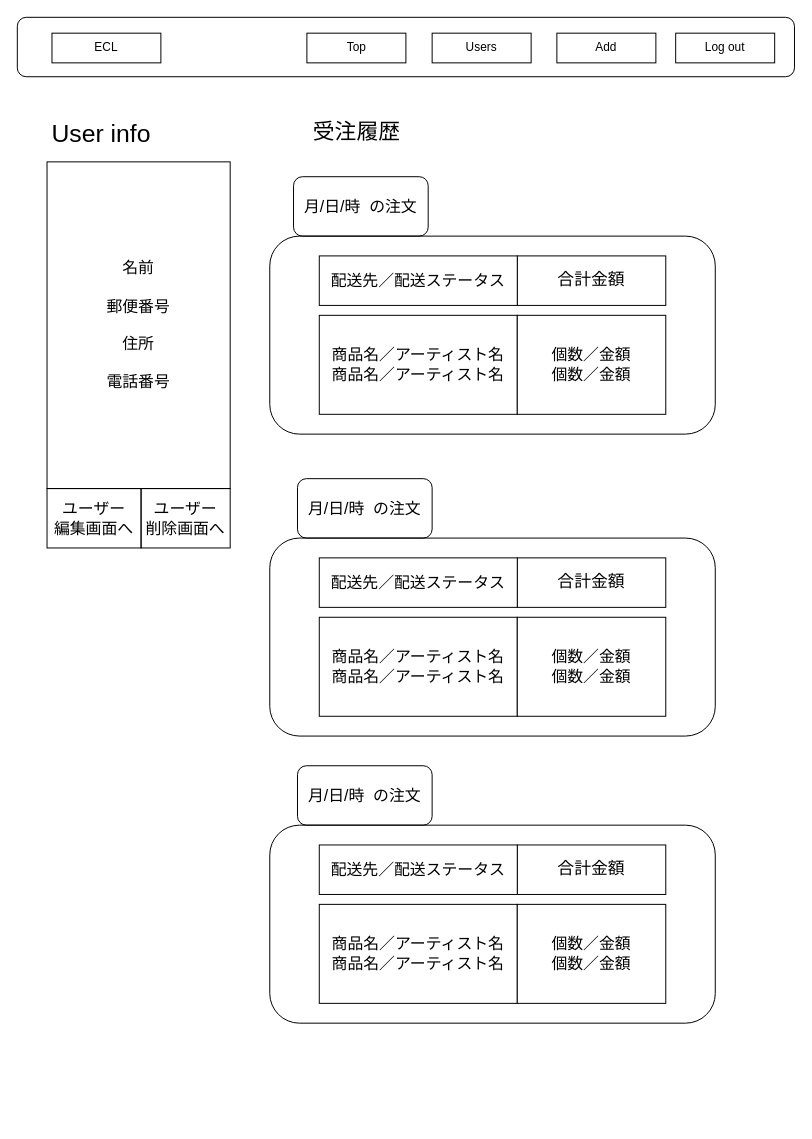
This is ワイヤーフレーム/admin/admin_user_detail.drawio from ecl11/ECL, a draw.io file, before an edit. Source tidied: cells renumbered, new cells numbered last; positions are measured from the earlier drawing's top-left corner, leaving out a move shared by most shapes. Both pictures are drawn from the tidied source at 99%, with x=0, y=0 at pixel (17, 17).
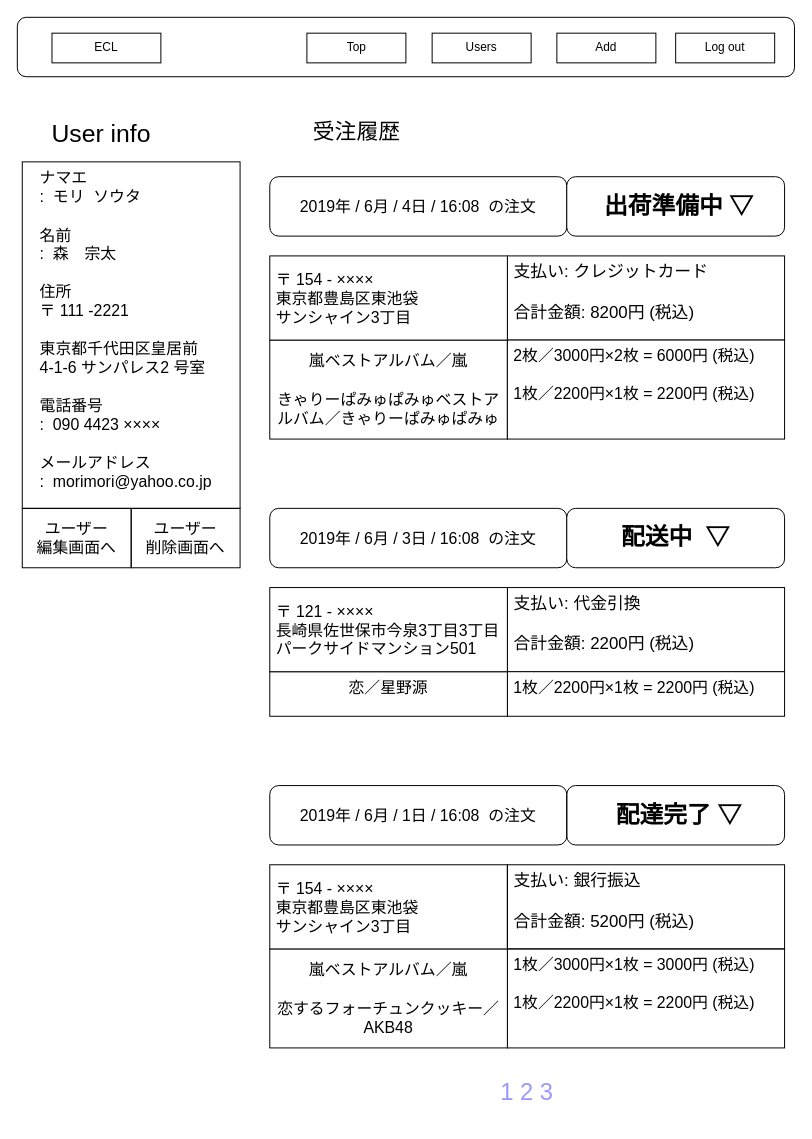
The same diagram, later.

Change to the diagram source:
```diff
@@
-    <mxCell id="9" value="&lt;span style=&quot;font-size: 16px&quot;&gt;名前&lt;br&gt;&lt;br&gt;郵便番号&lt;br&gt;&lt;br&gt;住所&lt;br&gt;&lt;br&gt;電話番号　&lt;br&gt;&lt;/span&gt;" style="rounded=0;whiteSpace=wrap;html=1;strokeColor=#000000;direction=south;fillColor=#ffffff;" parent="1" vertex="1">
-      <mxGeometry x="30" y="146" width="185" height="330" as="geometry" />
+    <mxCell id="9" value="&lt;div style=&quot;text-align: left&quot;&gt;&lt;span style=&quot;font-size: 16px&quot;&gt;　ナマエ&lt;/span&gt;&lt;/div&gt;&lt;div style=&quot;text-align: left&quot;&gt;&lt;span style=&quot;font-size: 16px&quot;&gt;　:&amp;nbsp; モリ&amp;nbsp; ソウタ&lt;/span&gt;&lt;/div&gt;&lt;div style=&quot;text-align: left&quot;&gt;&lt;span style=&quot;font-size: 16px&quot;&gt;&lt;br&gt;&lt;/span&gt;&lt;/div&gt;&lt;div style=&quot;text-align: left&quot;&gt;&lt;span style=&quot;font-size: 16px&quot;&gt;　名前&lt;/span&gt;&lt;/div&gt;&lt;div style=&quot;text-align: left&quot;&gt;&lt;span style=&quot;font-size: 16px&quot;&gt;　:&amp;nbsp; 森　宗太&lt;/span&gt;&lt;/div&gt;&lt;div style=&quot;text-align: left&quot;&gt;&lt;span style=&quot;font-size: 16px&quot;&gt;&lt;br&gt;&lt;/span&gt;&lt;/div&gt;&lt;div style=&quot;text-align: left&quot;&gt;&lt;span style=&quot;font-size: 16px&quot;&gt;　住所&lt;/span&gt;&lt;/div&gt;&lt;div style=&quot;text-align: left&quot;&gt;&lt;span style=&quot;font-size: 16px&quot;&gt;　〒 111 -2221&lt;/span&gt;&lt;/div&gt;&lt;div style=&quot;text-align: left&quot;&gt;&lt;span style=&quot;font-size: 16px&quot;&gt;　&lt;/span&gt;&lt;/div&gt;&lt;div style=&quot;text-align: left&quot;&gt;&lt;span style=&quot;font-size: 16px&quot;&gt;　東京都千代田区皇居前&lt;/span&gt;&lt;/div&gt;&lt;div style=&quot;text-align: left&quot;&gt;&lt;span style=&quot;font-size: 16px&quot;&gt;　4-1-6 サンパレス2 号室&lt;/span&gt;&lt;/div&gt;&lt;div style=&quot;text-align: left&quot;&gt;&lt;span style=&quot;font-size: 16px&quot;&gt;&lt;br&gt;&lt;/span&gt;&lt;/div&gt;&lt;div style=&quot;text-align: left&quot;&gt;&lt;span style=&quot;font-size: 16px&quot;&gt;　電話番号&lt;/span&gt;&lt;/div&gt;&lt;div style=&quot;text-align: left&quot;&gt;&lt;span style=&quot;font-size: 16px&quot;&gt;　:&amp;nbsp; 090 4423 ××××&lt;/span&gt;&lt;/div&gt;&lt;div style=&quot;text-align: left&quot;&gt;&lt;span style=&quot;font-size: 16px&quot;&gt;&lt;br&gt;&lt;/span&gt;&lt;/div&gt;&lt;div style=&quot;text-align: left&quot;&gt;&lt;span style=&quot;font-size: 16px&quot;&gt;　メールアドレス&lt;/span&gt;&lt;/div&gt;&lt;div style=&quot;text-align: left&quot;&gt;&lt;span style=&quot;font-size: 16px&quot;&gt;　:&amp;nbsp; morimori@yahoo.co.jp&lt;/span&gt;&lt;/div&gt;&lt;div style=&quot;text-align: left&quot;&gt;&lt;span style=&quot;font-size: 16px&quot;&gt;&lt;br&gt;&lt;/span&gt;&lt;/div&gt;&lt;div style=&quot;text-align: left&quot;&gt;&lt;span style=&quot;font-size: 16px&quot;&gt;　&lt;/span&gt;&lt;/div&gt;" style="rounded=0;whiteSpace=wrap;html=1;strokeColor=#000000;direction=south;fillColor=#ffffff;align=left;verticalAlign=top;" parent="1" vertex="1">
+      <mxGeometry x="5" y="146" width="220" height="350" as="geometry" />
     </mxCell>
@@
-    <mxCell id="11" style="rounded=1;whiteSpace=wrap;html=1;strokeColor=#000000;fillColor=none;" parent="1" vertex="1">
-      <mxGeometry x="255" y="221" width="450" height="200" as="geometry" />
-    </mxCell>
-    <mxCell id="12" value="商品名／アーティスト名&lt;br&gt;&lt;span&gt;商品名／アーティスト名&lt;/span&gt;" style="rounded=0;whiteSpace=wrap;html=1;strokeColor=#000000;fillColor=#ffffff;fontSize=16;" parent="1" vertex="1">
-      <mxGeometry x="305" y="301" width="200" height="100" as="geometry" />
+    <mxCell id="12" value="嵐ベストアルバム／嵐&lt;br&gt;&lt;span&gt;&lt;br&gt;きゃりーぱみゅぱみゅベストアルバム／きゃりーぱみゅぱみゅ&lt;/span&gt;" style="rounded=0;whiteSpace=wrap;html=1;strokeColor=#000000;fillColor=#ffffff;fontSize=16;" parent="1" vertex="1">
+      <mxGeometry x="255" y="326" width="240" height="100" as="geometry" />
     </mxCell>
-    <mxCell id="13" value="合計金額" style="rounded=0;whiteSpace=wrap;html=1;strokeColor=#000000;fillColor=none;fontSize=17;" parent="1" vertex="1">
-      <mxGeometry x="505" y="241" width="150" height="50" as="geometry" />
+    <mxCell id="13" value="&amp;nbsp;支払い:&amp;nbsp;クレジットカード&lt;br&gt;&lt;br&gt;&amp;nbsp;合計金額: 8200円 (税込)&lt;br&gt;" style="rounded=0;whiteSpace=wrap;html=1;strokeColor=#000000;fillColor=none;fontSize=17;verticalAlign=top;align=left;" parent="1" vertex="1">
+      <mxGeometry x="495" y="241" width="280" height="85" as="geometry" />
     </mxCell>
-    <mxCell id="14" value="個数／金額&lt;br&gt;個数／金額&lt;br&gt;" style="rounded=0;whiteSpace=wrap;html=1;strokeColor=#000000;fillColor=#ffffff;fontSize=16;" parent="1" vertex="1">
-      <mxGeometry x="505" y="301" width="150" height="100" as="geometry" />
+    <mxCell id="14" value="&amp;nbsp;2枚／3000円×2枚 = 6000円 (税込)&lt;br&gt;&lt;br&gt;&amp;nbsp;1枚／2200円×1枚 = 2200円 (税込)&lt;br&gt;" style="rounded=0;whiteSpace=wrap;html=1;strokeColor=#000000;fillColor=#ffffff;fontSize=16;verticalAlign=top;align=left;" parent="1" vertex="1">
+      <mxGeometry x="495" y="326" width="280" height="100" as="geometry" />
     </mxCell>
-    <mxCell id="15" value="配送先／配送ステータス" style="rounded=0;whiteSpace=wrap;html=1;strokeColor=#000000;fillColor=#ffffff;fontSize=16;" parent="1" vertex="1">
-      <mxGeometry x="305" y="241" width="200" height="50" as="geometry" />
+    <mxCell id="15" value="&lt;div style=&quot;text-align: left&quot;&gt;&lt;span&gt;&amp;nbsp;〒 154 - ××××&lt;/span&gt;&lt;/div&gt;&amp;nbsp;東京都豊島区東池袋&lt;br&gt;&amp;nbsp;サンシャイン3丁目&lt;br&gt;" style="rounded=0;whiteSpace=wrap;html=1;strokeColor=#000000;fillColor=#ffffff;fontSize=16;align=left;" parent="1" vertex="1">
+      <mxGeometry x="255" y="241" width="240" height="85" as="geometry" />
     </mxCell>
-    <mxCell id="16" style="rounded=1;whiteSpace=wrap;html=1;strokeColor=#000000;fillColor=none;" parent="1" vertex="1">
-      <mxGeometry x="255" y="526" width="450" height="200" as="geometry" />
-    </mxCell>
-    <mxCell id="17" value="合計金額" style="rounded=0;whiteSpace=wrap;html=1;strokeColor=#000000;fillColor=none;fontSize=17;" parent="1" vertex="1">
-      <mxGeometry x="505" y="546" width="150" height="50" as="geometry" />
-    </mxCell>
-    <mxCell id="18" value="&lt;span&gt;配送先／配送ステータス&lt;/span&gt;" style="rounded=0;whiteSpace=wrap;html=1;strokeColor=#000000;fillColor=#ffffff;fontSize=16;" parent="1" vertex="1">
-      <mxGeometry x="305" y="546" width="200" height="50" as="geometry" />
-    </mxCell>
-    <mxCell id="19" value="商品名／アーティスト名&lt;span&gt;&lt;br&gt;商品名／アーティスト名&lt;/span&gt;" style="rounded=0;whiteSpace=wrap;html=1;strokeColor=#000000;fillColor=#ffffff;fontSize=16;" parent="1" vertex="1">
-      <mxGeometry x="305" y="606" width="200" height="100" as="geometry" />
-    </mxCell>
-    <mxCell id="20" value="個数／金額&lt;br&gt;個数／金額&lt;br&gt;" style="rounded=0;whiteSpace=wrap;html=1;strokeColor=#000000;fillColor=#ffffff;fontSize=16;" parent="1" vertex="1">
-      <mxGeometry x="505" y="606" width="150" height="100" as="geometry" />
-    </mxCell>
-    <mxCell id="21" style="rounded=1;whiteSpace=wrap;html=1;strokeColor=#000000;fillColor=none;" parent="1" vertex="1">
-      <mxGeometry x="255" y="816" width="450" height="200" as="geometry" />
-    </mxCell>
-    <mxCell id="22" value="合計金額" style="rounded=0;whiteSpace=wrap;html=1;strokeColor=#000000;fillColor=none;fontSize=17;" parent="1" vertex="1">
-      <mxGeometry x="505" y="836" width="150" height="50" as="geometry" />
-    </mxCell>
-    <mxCell id="23" value="&lt;span&gt;配送先／配送ステータス&lt;/span&gt;" style="rounded=0;whiteSpace=wrap;html=1;strokeColor=#000000;fillColor=#ffffff;fontSize=16;" parent="1" vertex="1">
-      <mxGeometry x="305" y="836" width="200" height="50" as="geometry" />
-    </mxCell>
-    <mxCell id="24" value="商品名／アーティスト名&lt;br&gt;商品名／アーティスト名&lt;br&gt;" style="rounded=0;whiteSpace=wrap;html=1;strokeColor=#000000;fillColor=#ffffff;fontSize=16;" parent="1" vertex="1">
-      <mxGeometry x="305" y="896" width="200" height="100" as="geometry" />
-    </mxCell>
-    <mxCell id="25" value="個数／金額&lt;br style=&quot;font-size: 16px&quot;&gt;個数／金額&lt;br style=&quot;font-size: 16px&quot;&gt;" style="rounded=0;whiteSpace=wrap;html=1;strokeColor=#000000;fillColor=#ffffff;fontSize=16;" parent="1" vertex="1">
-      <mxGeometry x="505" y="896" width="150" height="100" as="geometry" />
-    </mxCell>
-    <mxCell id="26" value="月/日/時&amp;nbsp; の注文" style="rounded=1;whiteSpace=wrap;html=1;strokeColor=#000000;fillColor=none;fontSize=16;" parent="1" vertex="1">
-      <mxGeometry x="279" y="161" width="136" height="60" as="geometry" />
+    <mxCell id="26" value="2019年 / 6月 / 4日 / 16:08&amp;nbsp; の注文" style="rounded=1;whiteSpace=wrap;html=1;strokeColor=#000000;fillColor=none;fontSize=16;" parent="1" vertex="1">
+      <mxGeometry x="255" y="161" width="300" height="60" as="geometry" />
     </mxCell>
-    <mxCell id="27" value="月/日/時&amp;nbsp; の注文" style="rounded=1;whiteSpace=wrap;html=1;strokeColor=#000000;fillColor=none;fontSize=16;" parent="1" vertex="1">
-      <mxGeometry x="283" y="466" width="136" height="60" as="geometry" />
-    </mxCell>
-    <mxCell id="28" value="月/日/時&amp;nbsp; の注文" style="rounded=1;whiteSpace=wrap;html=1;strokeColor=#000000;fillColor=none;fontSize=16;" parent="1" vertex="1">
-      <mxGeometry x="283" y="756" width="136" height="60" as="geometry" />
-    </mxCell>
     <mxCell id="29" value="ユーザー&lt;br&gt;編集画面へ" style="rounded=0;whiteSpace=wrap;html=1;strokeColor=#000000;fillColor=none;fontSize=16;" parent="1" vertex="1">
-      <mxGeometry x="30" y="476" width="95" height="60" as="geometry" />
+      <mxGeometry x="5" y="496" width="110" height="60" as="geometry" />
     </mxCell>
     <mxCell id="30" value="ユーザー&lt;br&gt;削除画面へ&lt;br&gt;" style="rounded=0;whiteSpace=wrap;html=1;strokeColor=#000000;fillColor=none;fontSize=16;" parent="1" vertex="1">
-      <mxGeometry x="125" y="476" width="90" height="60" as="geometry" />
+      <mxGeometry x="115" y="496" width="110" height="60" as="geometry" />
     </mxCell>
+    <mxCell id="31" value="&lt;font style=&quot;font-size: 24px&quot;&gt;&lt;b&gt;&amp;nbsp;出荷準備中 ▽&lt;/b&gt;&lt;/font&gt;" style="rounded=1;whiteSpace=wrap;html=1;align=center;" parent="1" vertex="1">
+      <mxGeometry x="555" y="161" width="220" height="60" as="geometry" />
+    </mxCell>
+    <mxCell id="32" value="2019年 / 6月 / 3日 / 16:08&amp;nbsp; の注文" style="rounded=1;whiteSpace=wrap;html=1;strokeColor=#000000;fillColor=none;fontSize=16;" parent="1" vertex="1">
+      <mxGeometry x="255" y="496" width="300" height="60" as="geometry" />
+    </mxCell>
+    <mxCell id="33" value="&lt;font style=&quot;font-size: 24px&quot;&gt;&lt;b&gt;配送中&amp;nbsp; ▽&lt;/b&gt;&lt;/font&gt;" style="rounded=1;whiteSpace=wrap;html=1;align=center;" parent="1" vertex="1">
+      <mxGeometry x="555" y="496" width="220" height="60" as="geometry" />
+    </mxCell>
+    <mxCell id="34" value="&amp;nbsp;支払い: 代金引換&lt;br&gt;&lt;br&gt;&amp;nbsp;合計金額: 2200円 (税込)&lt;br&gt;" style="rounded=0;whiteSpace=wrap;html=1;strokeColor=#000000;fillColor=none;fontSize=17;verticalAlign=top;align=left;" parent="1" vertex="1">
+      <mxGeometry x="495" y="576" width="280" height="85" as="geometry" />
+    </mxCell>
+    <mxCell id="35" value="&amp;nbsp;1枚／2200円×1枚 = 2200円 (税込)&lt;br&gt;" style="rounded=0;whiteSpace=wrap;html=1;strokeColor=#000000;fillColor=#ffffff;fontSize=16;verticalAlign=top;align=left;" parent="1" vertex="1">
+      <mxGeometry x="495" y="661" width="280" height="45" as="geometry" />
+    </mxCell>
+    <mxCell id="36" value="恋／星野源&lt;br&gt;&lt;span&gt;&lt;br&gt;&lt;br&gt;&lt;/span&gt;" style="rounded=0;whiteSpace=wrap;html=1;strokeColor=#000000;fillColor=#ffffff;fontSize=16;verticalAlign=top;" parent="1" vertex="1">
+      <mxGeometry x="255" y="661" width="240" height="45" as="geometry" />
+    </mxCell>
+    <mxCell id="37" value="&lt;div style=&quot;text-align: left&quot;&gt;&lt;span&gt;&amp;nbsp;〒 121 - ××××&lt;/span&gt;&lt;/div&gt;&amp;nbsp;長崎県佐世保市今泉3丁目3丁目&lt;br&gt;&amp;nbsp;パークサイドマンション501&lt;br&gt;" style="rounded=0;whiteSpace=wrap;html=1;strokeColor=#000000;fillColor=#ffffff;fontSize=16;align=left;" parent="1" vertex="1">
+      <mxGeometry x="255" y="576" width="240" height="85" as="geometry" />
+    </mxCell>
+    <mxCell id="38" value="&amp;nbsp;1枚／3000円×1枚 = 3000円 (税込)&lt;br&gt;&lt;br&gt;&amp;nbsp;1枚／2200円×1枚 = 2200円 (税込)&lt;br&gt;" style="rounded=0;whiteSpace=wrap;html=1;strokeColor=#000000;fillColor=#ffffff;fontSize=16;verticalAlign=top;align=left;" parent="1" vertex="1">
+      <mxGeometry x="495" y="941" width="280" height="100" as="geometry" />
+    </mxCell>
+    <mxCell id="39" value="嵐ベストアルバム／嵐&lt;br&gt;&lt;span&gt;&lt;br&gt;恋するフォーチュンクッキー／AKB48&lt;br&gt;&lt;/span&gt;" style="rounded=0;whiteSpace=wrap;html=1;strokeColor=#000000;fillColor=#ffffff;fontSize=16;" parent="1" vertex="1">
+      <mxGeometry x="255" y="941" width="240" height="100" as="geometry" />
+    </mxCell>
+    <mxCell id="40" value="&lt;div style=&quot;text-align: left&quot;&gt;&lt;span&gt;&amp;nbsp;〒 154 - ××××&lt;/span&gt;&lt;/div&gt;&amp;nbsp;東京都豊島区東池袋&lt;br&gt;&amp;nbsp;サンシャイン3丁目&lt;br&gt;" style="rounded=0;whiteSpace=wrap;html=1;strokeColor=#000000;fillColor=#ffffff;fontSize=16;align=left;" parent="1" vertex="1">
+      <mxGeometry x="255" y="856" width="240" height="85" as="geometry" />
+    </mxCell>
+    <mxCell id="41" value="&amp;nbsp;支払い: 銀行振込&lt;br&gt;&lt;br&gt;&amp;nbsp;合計金額: 5200円 (税込)&lt;br&gt;" style="rounded=0;whiteSpace=wrap;html=1;strokeColor=#000000;fillColor=none;fontSize=17;verticalAlign=top;align=left;" parent="1" vertex="1">
+      <mxGeometry x="495" y="856" width="280" height="85" as="geometry" />
+    </mxCell>
+    <mxCell id="42" value="&lt;font style=&quot;font-size: 24px&quot;&gt;&lt;b&gt;&amp;nbsp;配達完了 ▽&lt;/b&gt;&lt;/font&gt;" style="rounded=1;whiteSpace=wrap;html=1;align=center;" parent="1" vertex="1">
+      <mxGeometry x="555" y="776" width="220" height="60" as="geometry" />
+    </mxCell>
+    <mxCell id="43" value="2019年 / 6月 / 1日 / 16:08&amp;nbsp; の注文" style="rounded=1;whiteSpace=wrap;html=1;strokeColor=#000000;fillColor=none;fontSize=16;" parent="1" vertex="1">
+      <mxGeometry x="255" y="776" width="300" height="60" as="geometry" />
+    </mxCell>
+    <mxCell id="44" value="1 2 3" style="rounded=0;whiteSpace=wrap;html=1;align=center;fontSize=24;fontColor=#9999FF;strokeColor=none;" parent="1" vertex="1">
+      <mxGeometry x="255" y="1056" width="520" height="60" as="geometry" />
+    </mxCell>
```
